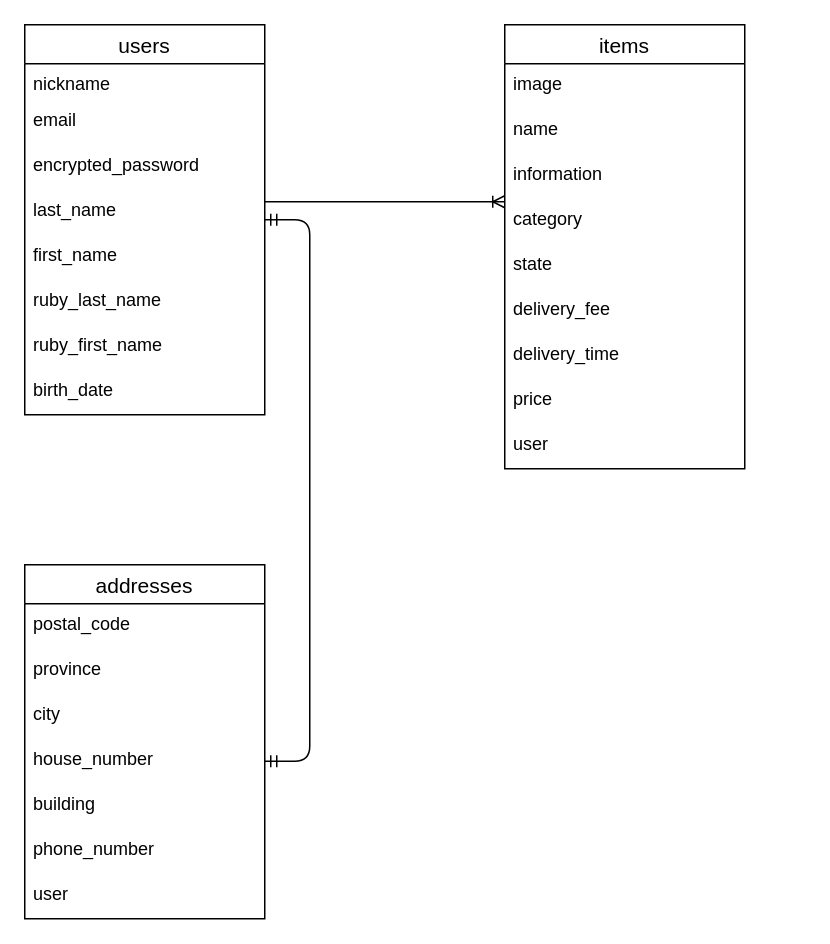
Earlier version of the draw.io diagram furima-37747.dio (tsuyori-S/furima-37747). Source tidied: cells renumbered, new cells numbered last; positions are measured from the earlier drawing's top-left corner, leaving out a move shared by most shapes. Both pictures are drawn from the tidied source at 150%, with x=0, y=0 at pixel (24, 24).
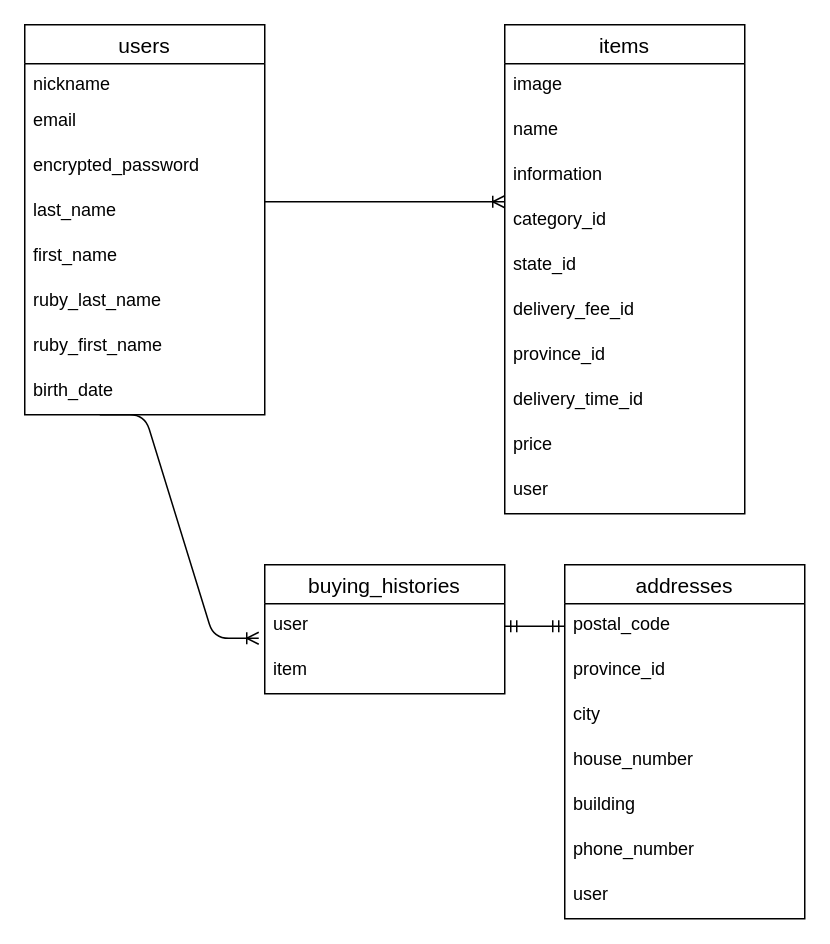
The same diagram, later.

The change refers to these unchanged cells:
```xml
<mxCell id="3" value="postal_code" style="text;strokeColor=none;fillColor=none;spacingLeft=4;spacingRight=4;overflow=hidden;points=[[0,0.5],[1,0.5]];portConstraint=eastwest;fontSize=12;" parent="2" vertex="1">
  <mxGeometry y="26" width="160" height="30" as="geometry" />
</mxCell>
<mxCell id="20" value="users" style="swimlane;fontStyle=0;horizontal=1;startSize=26;align=center;fontSize=14;" parent="1" vertex="1">
  <mxGeometry width="160" height="260" as="geometry" />
</mxCell>
```

Diff of the diagram source:
```diff
@@
     <mxCell id="2" value="addresses" style="swimlane;fontStyle=0;horizontal=1;startSize=26;align=center;fontSize=14;" parent="1" vertex="1">
-      <mxGeometry y="360" width="160" height="236" as="geometry" />
+      <mxGeometry x="360" y="360" width="160" height="236" as="geometry" />
     </mxCell>
@@
-    <mxCell id="4" value="province" style="text;strokeColor=none;fillColor=none;spacingLeft=4;spacingRight=4;overflow=hidden;fontSize=12;" parent="2" vertex="1">
+    <mxCell id="4" value="province_id" style="text;strokeColor=none;fillColor=none;spacingLeft=4;spacingRight=4;overflow=hidden;fontSize=12;" parent="2" vertex="1">
       <mxGeometry y="56" width="160" height="30" as="geometry" />
     </mxCell>
@@
     <mxCell id="10" value="items" style="swimlane;fontStyle=0;horizontal=1;startSize=26;align=center;fontSize=14;" parent="1" vertex="1">
-      <mxGeometry x="320" width="160" height="296" as="geometry" />
+      <mxGeometry x="320" width="160" height="326" as="geometry" />
     </mxCell>
@@
-    <mxCell id="14" value="category" style="text;strokeColor=none;fillColor=none;spacingLeft=4;spacingRight=4;overflow=hidden;points=[[0,0.5],[1,0.5]];portConstraint=eastwest;fontSize=12;" parent="10" vertex="1">
+    <mxCell id="14" value="category_id" style="text;strokeColor=none;fillColor=none;spacingLeft=4;spacingRight=4;overflow=hidden;points=[[0,0.5],[1,0.5]];portConstraint=eastwest;fontSize=12;" parent="10" vertex="1">
       <mxGeometry y="116" width="160" height="30" as="geometry" />
     </mxCell>
-    <mxCell id="15" value="state" style="text;strokeColor=none;fillColor=none;spacingLeft=4;spacingRight=4;overflow=hidden;fontSize=12;" parent="10" vertex="1">
+    <mxCell id="15" value="state_id" style="text;strokeColor=none;fillColor=none;spacingLeft=4;spacingRight=4;overflow=hidden;fontSize=12;" parent="10" vertex="1">
       <mxGeometry y="146" width="160" height="30" as="geometry" />
     </mxCell>
-    <mxCell id="16" value="delivery_fee" style="text;strokeColor=none;fillColor=none;spacingLeft=4;spacingRight=4;overflow=hidden;fontSize=12;" parent="10" vertex="1">
+    <mxCell id="16" value="delivery_fee_id" style="text;strokeColor=none;fillColor=none;spacingLeft=4;spacingRight=4;overflow=hidden;fontSize=12;" parent="10" vertex="1">
       <mxGeometry y="176" width="160" height="30" as="geometry" />
     </mxCell>
+    <mxCell id="31" value="province_id" style="text;strokeColor=none;fillColor=none;spacingLeft=4;spacingRight=4;overflow=hidden;fontSize=12;" parent="10" vertex="1">
+      <mxGeometry y="206" width="160" height="30" as="geometry" />
+    </mxCell>
-    <mxCell id="17" value="delivery_time" style="text;strokeColor=none;fillColor=none;spacingLeft=4;spacingRight=4;overflow=hidden;fontSize=12;" parent="10" vertex="1">
-      <mxGeometry y="206" width="160" height="30" as="geometry" />
+    <mxCell id="17" value="delivery_time_id" style="text;strokeColor=none;fillColor=none;spacingLeft=4;spacingRight=4;overflow=hidden;fontSize=12;" parent="10" vertex="1">
+      <mxGeometry y="236" width="160" height="30" as="geometry" />
     </mxCell>
     <mxCell id="18" value="price" style="text;strokeColor=none;fillColor=none;spacingLeft=4;spacingRight=4;overflow=hidden;fontSize=12;" parent="10" vertex="1">
-      <mxGeometry y="236" width="160" height="30" as="geometry" />
+      <mxGeometry y="266" width="160" height="30" as="geometry" />
     </mxCell>
     <mxCell id="19" value="user" style="text;strokeColor=none;fillColor=none;spacingLeft=4;spacingRight=4;overflow=hidden;fontSize=12;" parent="10" vertex="1">
-      <mxGeometry y="266" width="160" height="30" as="geometry" />
+      <mxGeometry y="296" width="160" height="30" as="geometry" />
     </mxCell>
@@
-    <mxCell id="30" style="edgeStyle=entityRelationEdgeStyle;fontSize=12;html=1;endArrow=ERmandOne;startArrow=ERmandOne;" parent="1" edge="1" target="20">
-      <mxGeometry relative="1" as="geometry">
-        <mxPoint x="160" y="491" as="sourcePoint" />
-      </mxGeometry>
+    <mxCell id="30" style="edgeStyle=entityRelationEdgeStyle;fontSize=12;html=1;endArrow=ERmandOne;startArrow=ERmandOne;entryX=0;entryY=0.5;entryDx=0;entryDy=0;" parent="1" edge="1" source="33" target="3">
+      <mxGeometry relative="1" as="geometry" />
     </mxCell>
+    <mxCell id="32" value="buying_histories" style="swimlane;fontStyle=0;horizontal=1;startSize=26;align=center;fontSize=14;" parent="1" vertex="1">
+      <mxGeometry x="160" y="360" width="160" height="86" as="geometry" />
+    </mxCell>
+    <mxCell id="33" value="user" style="text;strokeColor=none;fillColor=none;spacingLeft=4;spacingRight=4;overflow=hidden;points=[[0,0.5],[1,0.5]];portConstraint=eastwest;fontSize=12;" parent="32" vertex="1">
+      <mxGeometry y="26" width="160" height="30" as="geometry" />
+    </mxCell>
+    <mxCell id="34" value="item" style="text;strokeColor=none;fillColor=none;spacingLeft=4;spacingRight=4;overflow=hidden;fontSize=12;" parent="32" vertex="1">
+      <mxGeometry y="56" width="160" height="30" as="geometry" />
+    </mxCell>
+    <mxCell id="35" style="edgeStyle=entityRelationEdgeStyle;fontSize=12;html=1;endArrow=ERoneToMany;entryX=-0.025;entryY=0.767;entryDx=0;entryDy=0;entryPerimeter=0;" parent="1" edge="1" target="33">
+      <mxGeometry relative="1" as="geometry">
+        <mxPoint x="50" y="260" as="sourcePoint" />
+      </mxGeometry>
+    </mxCell>
```
